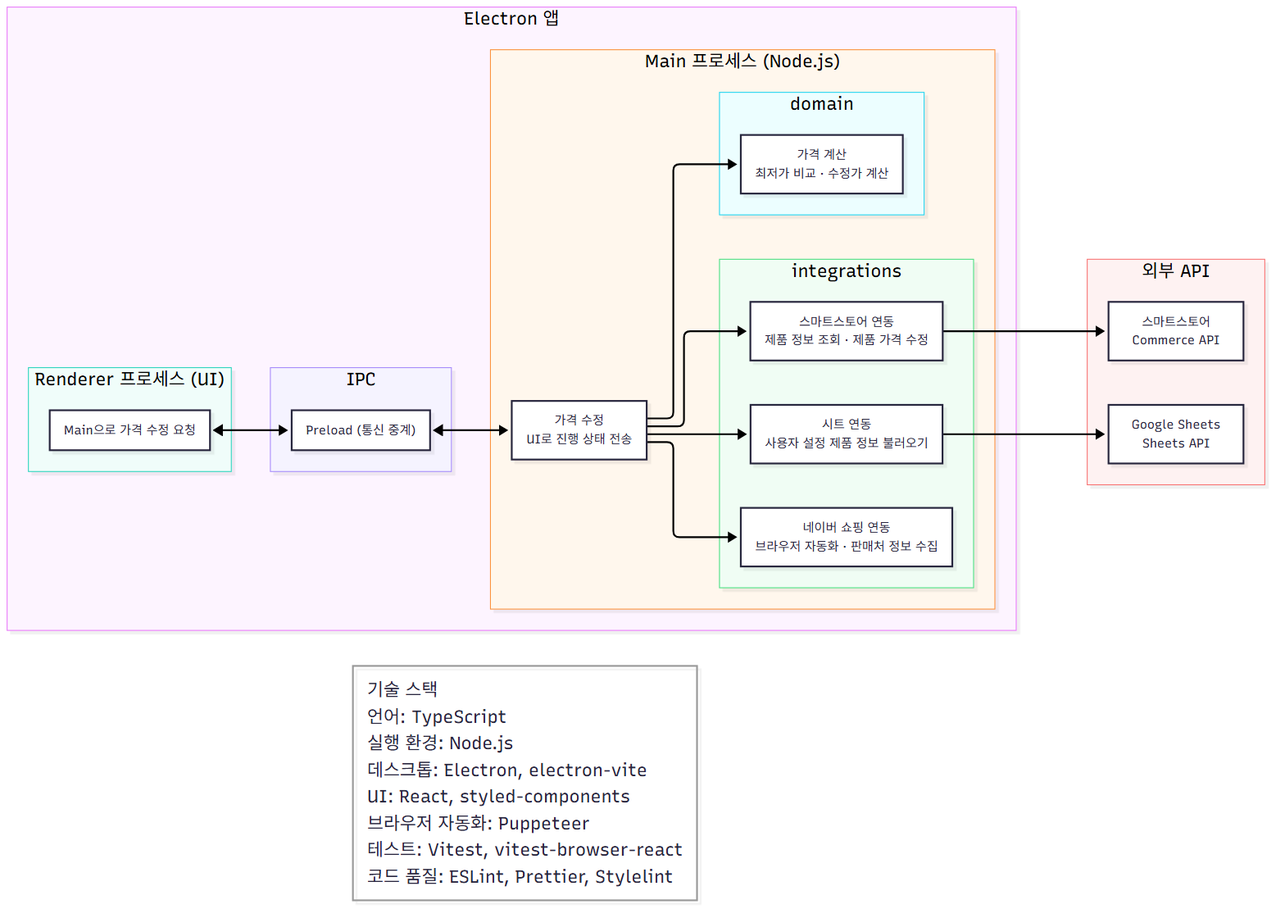
Earlier version of the Mermaid export assets/architecture.png (J8rl-Chik/smartstore-price-bot). Its source is kept beside it as assets/architecture.mmd. The source it was exported from:
```mermaid
%%{init: {"flowchart": {"htmlLabels": false, "wrappingWidth": 400}, "themeCSS": ".cluster-label text { font-size: 20px; font-weight: bold; }"}}%%
flowchart LR
  subgraph Electron["Electron 앱"]
    direction LR
    subgraph Renderer["Renderer 프로세스 (UI)"]
      React["Main으로 가격 수정 요청"]
    end

    subgraph Main["Main 프로세스 (Node.js)"]
      direction LR
      Core["가격 수정<br/>UI로 진행 상태 전송"]
      subgraph Domain["domain"]
        DomainLogic["가격 계산<br/>최저가 비교 · 수정가 계산"]
      end
      subgraph Adapters["integrations"]
        direction TB
        StoreAd["스마트스토어 연동<br/>제품 정보 조회 · 제품 가격 수정"]
        SheetsAd["시트 연동<br/>사용자 설정 제품 정보 불러오기"]
        CatalogAd["네이버 쇼핑 연동<br/>브라우저 자동화 · 판매처 정보 수집"]
      end
      Core --> DomainLogic
      Core --> StoreAd
      Core --> SheetsAd
      Core --> CatalogAd
    end

    subgraph IPC["IPC"]
      Preload["Preload (통신 중계)"]
    end

    React <--> Preload <--> Core
  end

  subgraph External["외부 API"]
    direction TB
    Commerce["스마트스토어<br/>Commerce API"]
    Sheets["Google Sheets<br/>Sheets API"]
  end

  StoreAd --> Commerce
  SheetsAd --> Sheets

  Stack["기술 스택<br/>언어: TypeScript<br/>실행 환경: Node.js<br/>데스크톱: Electron, electron-vite<br/>UI: React, styled-components<br/>브라우저 자동화: Puppeteer<br/>테스트: Vitest, vitest-browser-react<br/>코드 품질: ESLint, Prettier, Stylelint"]
  style Stack text-align:left,fill:none,stroke:#999,font-size:20px
```
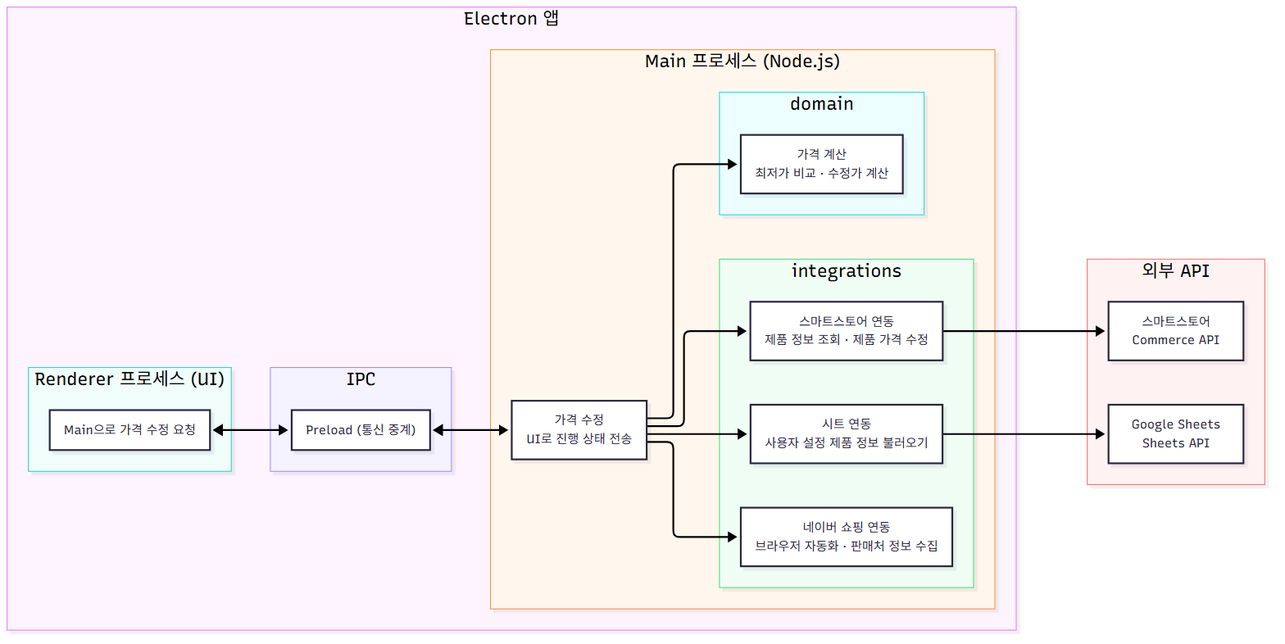
The same diagram one commit later.

Commit message:
docs: architecture 이미지에서 기술 스택을 README 표로 분리

- architecture.mmd에서 기술 스택 노드를 제거하고 이미지를 다시 생성
- README 기술 스택 표에 실행 환경(Node.js) 행 추가
- 크롤링 행 이름을 브라우저 자동화로 변경

Diff of the diagram source:
```diff
@@ -39,6 +39,3 @@
 
   StoreAd --> Commerce
   SheetsAd --> Sheets
-
-  Stack["기술 스택<br/>언어: TypeScript<br/>실행 환경: Node.js<br/>데스크톱: Electron, electron-vite<br/>UI: React, styled-components<br/>브라우저 자동화: Puppeteer<br/>테스트: Vitest, vitest-browser-react<br/>코드 품질: ESLint, Prettier, Stylelint"]
-  style Stack text-align:left,fill:none,stroke:#999,font-size:20px
```
